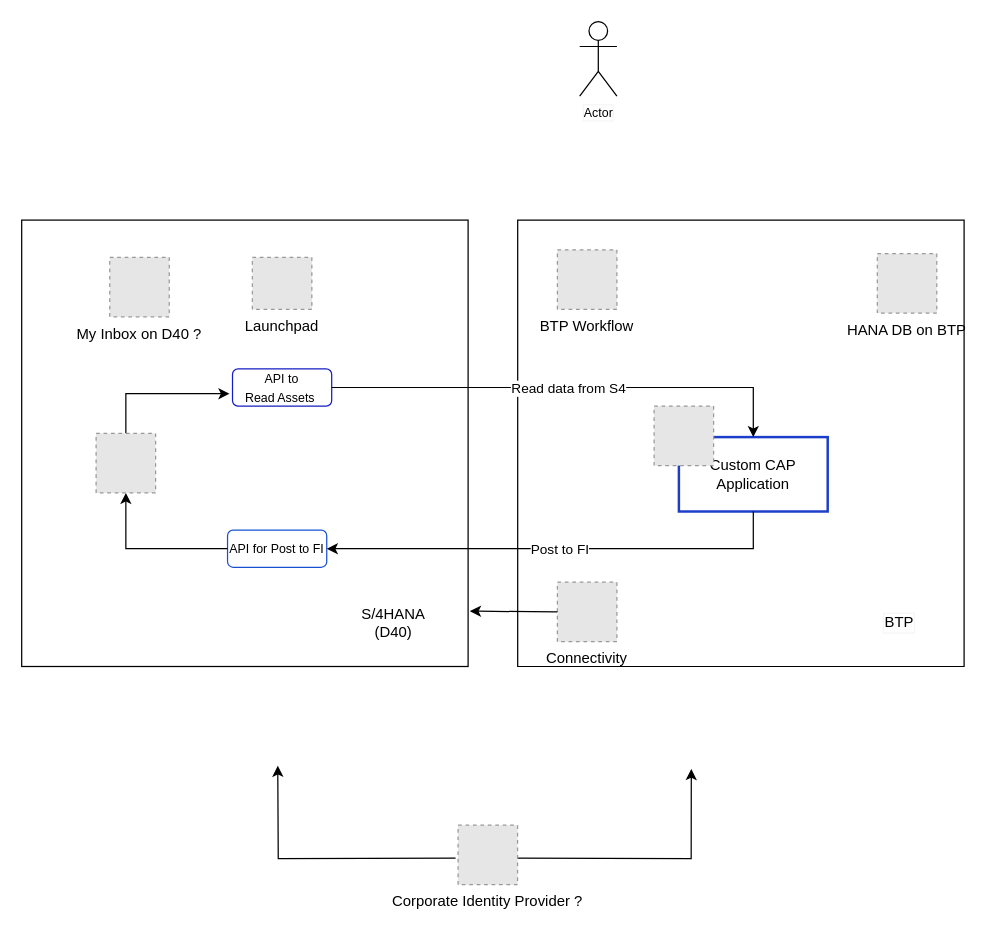
Before: BTP Architecture.drawio in sundeepsethi/sundeep, a draw.io diagram. Source tidied: cells renumbered, new cells numbered last; positions are measured from the earlier drawing's top-left corner, leaving out a move shared by most shapes. Both pictures are drawn from the tidied source at 124%, with x=0, y=0 at pixel (21, 21). Pictures stored in the file or linked from it are replaced by grey dashed boxes.
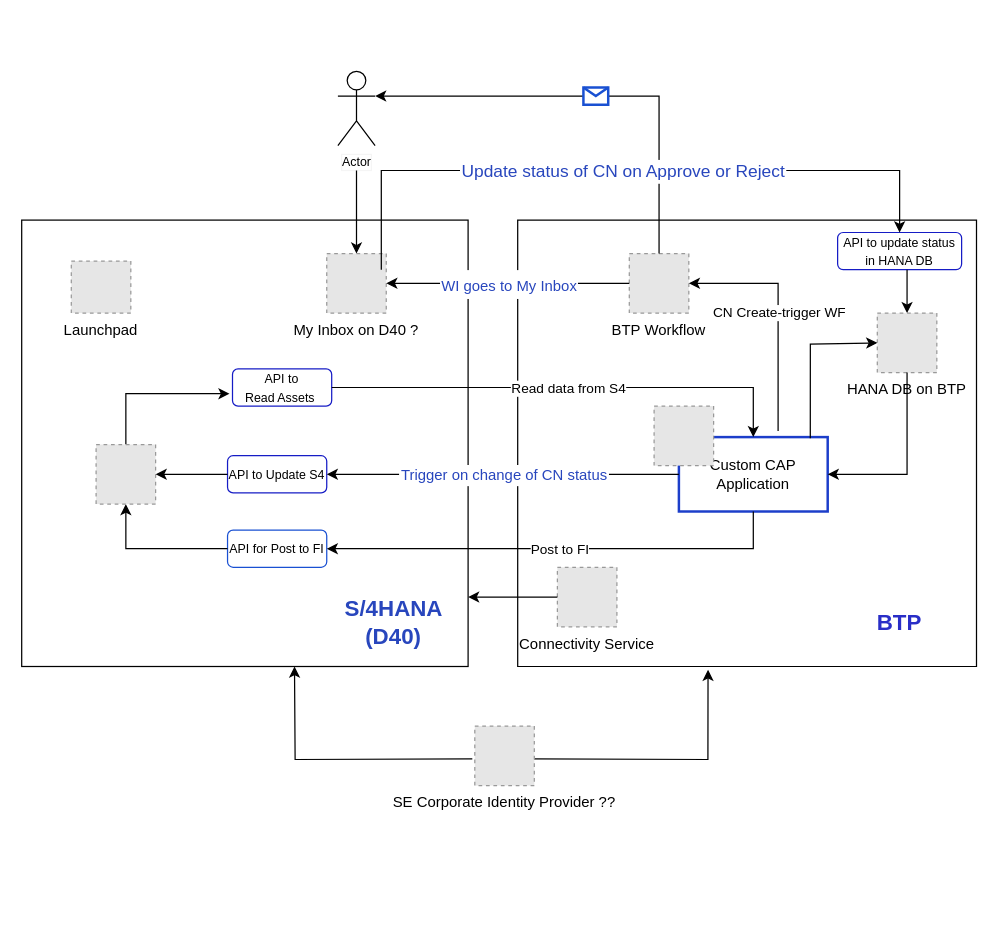
The same diagram, later.

The change refers to these unchanged cells:
```xml
<mxCell id="2" style="rounded=0;whiteSpace=wrap;html=1;" parent="1" vertex="1">
  <mxGeometry y="160" width="360" height="360" as="geometry" />
</mxCell>
<mxCell id="12" value="Custom CAP Application" style="rounded=0;whiteSpace=wrap;html=1;strokeWidth=2;strokeColor=#1c3eca;" parent="1" vertex="1">
  <mxGeometry x="530" y="335" width="120" height="60" as="geometry" />
</mxCell>
```

Diff of the diagram source:
```diff
@@
     <mxCell id="3" style="verticalLabelPosition=bottom;verticalAlign=top;html=1;shape=mxgraph.basic.rect;fillColor2=none;strokeWidth=1;size=20;indent=5;" parent="1" vertex="1">
-      <mxGeometry x="400" y="160" width="360" height="360" as="geometry" />
+      <mxGeometry x="400" y="160" width="370" height="360" as="geometry" />
     </mxCell>
-    <mxCell id="4" value="BTP" style="text;html=1;strokeColor=none;fillColor=none;align=center;verticalAlign=middle;whiteSpace=wrap;rounded=0;labelBorderColor=#f5f5f5;labelBackgroundColor=default;fontColor=default;" parent="1" vertex="1">
+    <mxCell id="4" value="&lt;b&gt;&lt;font style=&quot;font-size: 18px;&quot;&gt;BTP&lt;/font&gt;&lt;/b&gt;" style="text;html=1;strokeColor=none;fillColor=none;align=center;verticalAlign=middle;whiteSpace=wrap;rounded=0;labelBorderColor=#FFFFFF;labelBackgroundColor=default;fontColor=#292ec7;" parent="1" vertex="1">
       <mxGeometry x="668" y="470" width="80" height="30" as="geometry" />
     </mxCell>
@@
-    <mxCell id="9" value="S/4HANA (D40)" style="text;html=1;strokeColor=none;fillColor=none;align=center;verticalAlign=middle;whiteSpace=wrap;rounded=0;" parent="1" vertex="1">
+    <mxCell id="9" value="&lt;font style=&quot;font-size: 18px;&quot; color=&quot;#2846bd&quot;&gt;&lt;b&gt;S/4HANA (D40)&lt;/b&gt;&lt;/font&gt;" style="text;html=1;strokeColor=none;fillColor=none;align=center;verticalAlign=middle;whiteSpace=wrap;rounded=0;" parent="1" vertex="1">
       <mxGeometry x="270" y="470" width="60" height="30" as="geometry" />
     </mxCell>
     <mxCell id="10" value="Actor" style="shape=umlActor;verticalLabelPosition=bottom;verticalAlign=top;html=1;outlineConnect=0;labelBackgroundColor=default;labelBorderColor=#F5F5F5;fontSize=10;fontColor=default;" parent="1" vertex="1">
-      <mxGeometry x="450" width="30" height="60" as="geometry" />
+      <mxGeometry x="255" y="40" width="30" height="60" as="geometry" />
     </mxCell>
     <mxCell id="11" value="Launchpad" style="fillColor=#E6E6E6;strokeColor=#999999;dashed=1;verticalLabelPosition=bottom;verticalAlign=top;" parent="1" vertex="1">
-      <mxGeometry x="186" y="190" width="48" height="42" as="geometry" />
+      <mxGeometry x="40" y="193" width="48" height="42" as="geometry" />
     </mxCell>
@@
     <mxCell id="14" value="BTP Workflow" style="fillColor=#E6E6E6;strokeColor=#999999;dashed=1;verticalLabelPosition=bottom;verticalAlign=top;" parent="1" vertex="1">
-      <mxGeometry x="432" y="184" width="48" height="48" as="geometry" />
+      <mxGeometry x="490" y="187" width="48" height="48" as="geometry" />
     </mxCell>
-    <mxCell id="15" value="Connectivity" style="fillColor=#E6E6E6;strokeColor=#999999;dashed=1;verticalLabelPosition=bottom;verticalAlign=top;" parent="1" vertex="1">
-      <mxGeometry x="432" y="452" width="48" height="48" as="geometry" />
+    <mxCell id="15" value="Connectivity Service" style="fillColor=#E6E6E6;strokeColor=#999999;dashed=1;verticalLabelPosition=bottom;verticalAlign=top;" parent="1" vertex="1">
+      <mxGeometry x="432" y="440" width="48" height="48" as="geometry" />
     </mxCell>
     <mxCell id="16" style="endArrow=classic;html=1;rounded=0;exitX=0;exitY=0.5;exitDx=0;exitDy=0;entryX=0.535;entryY=1.007;entryDx=0;entryDy=0;entryPerimeter=0;" parent="1" edge="1">
       <mxGeometry relative="1" as="geometry">
-        <mxPoint x="349.9" y="674.5" as="sourcePoint" />
-        <mxPoint x="206.5" y="600" as="targetPoint" />
+        <mxPoint x="363.4" y="594.5" as="sourcePoint" />
+        <mxPoint x="220" y="520" as="targetPoint" />
         <Array as="points">
-          <mxPoint x="206.9" y="675" />
+          <mxPoint x="220.5" y="595" />
         </Array>
       </mxGeometry>
     </mxCell>
     <mxCell id="17" style="endArrow=classic;html=1;rounded=0;exitX=1;exitY=0.5;exitDx=0;exitDy=0;entryX=0.483;entryY=1.016;entryDx=0;entryDy=0;entryPerimeter=0;" parent="1" edge="1">
       <mxGeometry relative="1" as="geometry">
-        <mxPoint x="397.9" y="674.5" as="sourcePoint" />
-        <mxPoint x="540" y="602.6" as="targetPoint" />
+        <mxPoint x="411.4" y="594.5" as="sourcePoint" />
+        <mxPoint x="553.5" y="522.6" as="targetPoint" />
         <Array as="points">
-          <mxPoint x="539.9" y="675" />
+          <mxPoint x="553.4" y="595" />
         </Array>
       </mxGeometry>
     </mxCell>
-    <mxCell id="18" value="Corporate Identity Provider ?" style="fillColor=#E6E6E6;strokeColor=#999999;dashed=1;verticalLabelPosition=bottom;verticalAlign=top;" parent="1" vertex="1">
-      <mxGeometry x="351.9" y="648" width="48" height="48" as="geometry" />
+    <mxCell id="18" value="SE Corporate Identity Provider ??" style="fillColor=#E6E6E6;strokeColor=#999999;dashed=1;verticalLabelPosition=bottom;verticalAlign=top;" parent="1" vertex="1">
+      <mxGeometry x="365.4" y="568" width="48" height="48" as="geometry" />
     </mxCell>
     <mxCell id="19" style="fillColor=#E6E6E6;strokeColor=#999999;dashed=1;verticalLabelPosition=bottom;verticalAlign=top;" parent="1" vertex="1">
-      <mxGeometry x="60" y="332" width="48" height="48" as="geometry" />
+      <mxGeometry x="60" y="341" width="48" height="48" as="geometry" />
     </mxCell>
     <mxCell id="20" value="HANA DB on BTP" style="fillColor=#E6E6E6;strokeColor=#999999;dashed=1;verticalLabelPosition=bottom;verticalAlign=top;" parent="1" vertex="1">
-      <mxGeometry x="690" y="187" width="48" height="48" as="geometry" />
+      <mxGeometry x="690" y="235" width="48" height="48" as="geometry" />
     </mxCell>
     <mxCell id="21" value="My Inbox on D40 ?" style="fillColor=#E6E6E6;strokeColor=#999999;dashed=1;verticalLabelPosition=bottom;verticalAlign=top;" parent="1" vertex="1">
-      <mxGeometry x="71" y="190" width="48" height="48" as="geometry" />
+      <mxGeometry x="246" y="187" width="48" height="48" as="geometry" />
     </mxCell>
-    <mxCell id="22" style="endArrow=classic;html=1;rounded=0;exitX=0;exitY=0.5;exitDx=0;exitDy=0;entryX=1.004;entryY=0.876;entryDx=0;entryDy=0;entryPerimeter=0;" parent="1" edge="1" source="15" target="2">
-      <mxGeometry relative="1" as="geometry" />
+    <mxCell id="22" style="endArrow=classic;html=1;rounded=0;exitX=0;exitY=0.5;exitDx=0;exitDy=0;" parent="1" edge="1" source="15">
+      <mxGeometry relative="1" as="geometry">
+        <mxPoint x="360" y="464" as="targetPoint" />
+      </mxGeometry>
     </mxCell>
@@
+    <mxCell id="27" style="endArrow=classic;html=1;rounded=0;entryX=0;entryY=0.5;entryDx=0;entryDy=0;exitX=0.883;exitY=0.017;exitDx=0;exitDy=0;exitPerimeter=0;" parent="1" edge="1" source="12" target="20">
+      <mxGeometry relative="1" as="geometry">
+        <Array as="points">
+          <mxPoint x="636" y="260" />
+        </Array>
+      </mxGeometry>
+    </mxCell>
+    <mxCell id="28" style="endArrow=classic;html=1;rounded=0;entryX=1;entryY=0.5;entryDx=0;entryDy=0;exitX=0.5;exitY=1;exitDx=0;exitDy=0;" parent="1" edge="1" source="20" target="12">
+      <mxGeometry relative="1" as="geometry">
+        <Array as="points">
+          <mxPoint x="714" y="365" />
+        </Array>
+      </mxGeometry>
+    </mxCell>
+    <mxCell id="29" style="endArrow=classic;html=1;rounded=0;entryX=1;entryY=0.5;entryDx=0;entryDy=0;" parent="1" edge="1" target="14">
+      <mxGeometry relative="1" as="geometry">
+        <mxPoint x="610" y="330" as="sourcePoint" />
+        <Array as="points">
+          <mxPoint x="610" y="211" />
+        </Array>
+      </mxGeometry>
+    </mxCell>
+    <mxCell id="30" value="CN Create-trigger WF" style="edgeLabel;html=1;align=center;verticalAlign=middle;strokeColor=#1950d2;strokeWidth=2;" parent="29" vertex="1">
+      <mxGeometry relative="1" as="geometry" />
+    </mxCell>
+    <mxCell id="31" style="endArrow=classic;html=1;rounded=0;fontSize=18;fontColor=#2846bd;exitX=0.5;exitY=0;exitDx=0;exitDy=0;entryX=1;entryY=0.3333333333333333;entryDx=0;entryDy=0;entryPerimeter=0;" parent="1" edge="1" source="14" target="10">
+      <mxGeometry relative="1" as="geometry">
+        <Array as="points">
+          <mxPoint x="514" y="60" />
+        </Array>
+      </mxGeometry>
+    </mxCell>
+    <mxCell id="32" style="shape=message;html=1;labelBorderColor=#FFFFFF;strokeColor=#1950d2;strokeWidth=2;fontSize=18;fontColor=#2846bd;" parent="31" vertex="1">
+      <mxGeometry width="20" height="14" relative="1" as="geometry">
+        <mxPoint x="-10" y="-7" as="offset" />
+      </mxGeometry>
+    </mxCell>
+    <mxCell id="33" style="endArrow=classic;html=1;rounded=0;fontSize=18;fontColor=#2846bd;exitX=0;exitY=0.5;exitDx=0;exitDy=0;entryX=1;entryY=0.5;entryDx=0;entryDy=0;" parent="1" edge="1" source="14" target="21">
+      <mxGeometry relative="1" as="geometry" />
+    </mxCell>
+    <mxCell id="34" value="&lt;font style=&quot;font-size: 12px;&quot;&gt;WI goes to My Inbox&lt;/font&gt;" style="edgeLabel;html=1;align=center;verticalAlign=middle;labelBorderColor=#FFFFFF;strokeColor=#1950d2;strokeWidth=2;fontSize=18;fontColor=#2846bd;" parent="33" vertex="1">
+      <mxGeometry relative="1" as="geometry" />
+    </mxCell>
+    <mxCell id="35" style="endArrow=classic;html=1;rounded=0;fontSize=12;fontColor=#2846bd;" parent="1" edge="1" target="21">
+      <mxGeometry relative="1" as="geometry">
+        <mxPoint x="270" y="120" as="sourcePoint" />
+      </mxGeometry>
+    </mxCell>
+    <mxCell id="36" value="&lt;span style=&quot;font-size: 10px;&quot;&gt;API to Update S4&lt;/span&gt;" style="rounded=1;whiteSpace=wrap;html=1;strokeColor=#161cc5;" parent="1" vertex="1">
+      <mxGeometry x="166" y="350" width="80" height="30" as="geometry" />
+    </mxCell>
+    <mxCell id="37" style="endArrow=classic;html=1;rounded=0;fontSize=12;fontColor=#2846bd;exitX=0;exitY=0.5;exitDx=0;exitDy=0;entryX=1;entryY=0.5;entryDx=0;entryDy=0;" parent="1" edge="1" source="12" target="36">
+      <mxGeometry relative="1" as="geometry" />
+    </mxCell>
+    <mxCell id="38" value="Trigger on change of CN status" style="edgeLabel;html=1;align=center;verticalAlign=middle;labelBorderColor=#FFFFFF;strokeColor=#1950d2;strokeWidth=2;fontSize=12;fontColor=#2846bd;" parent="37" vertex="1">
+      <mxGeometry relative="1" as="geometry" />
+    </mxCell>
+    <mxCell id="39" style="endArrow=classic;html=1;rounded=0;fontSize=12;fontColor=#2846bd;exitX=0;exitY=0.5;exitDx=0;exitDy=0;entryX=1;entryY=0.5;entryDx=0;entryDy=0;" parent="1" edge="1" source="36" target="19">
+      <mxGeometry relative="1" as="geometry">
+        <Array as="points">
+          <mxPoint x="160" y="365" />
+        </Array>
+      </mxGeometry>
+    </mxCell>
+    <mxCell id="40" value="&lt;span style=&quot;font-size: 10px;&quot;&gt;API to update status in HANA DB&lt;/span&gt;" style="rounded=1;whiteSpace=wrap;html=1;strokeColor=#161cc5;" parent="1" vertex="1">
+      <mxGeometry x="658" y="170" width="100" height="30" as="geometry" />
+    </mxCell>
+    <mxCell id="41" style="endArrow=classic;html=1;rounded=0;fontSize=11;fontColor=#2846bd;" parent="1" edge="1" target="20">
+      <mxGeometry relative="1" as="geometry">
+        <mxPoint x="714" y="200" as="sourcePoint" />
+      </mxGeometry>
+    </mxCell>
+    <mxCell id="42" style="endArrow=classic;html=1;rounded=0;fontSize=11;fontColor=#2846bd;entryX=0.5;entryY=0;entryDx=0;entryDy=0;" parent="1" edge="1" target="40">
+      <mxGeometry relative="1" as="geometry">
+        <mxPoint x="290" y="200" as="sourcePoint" />
+        <Array as="points">
+          <mxPoint x="290" y="120" />
+          <mxPoint x="708" y="120" />
+        </Array>
+      </mxGeometry>
+    </mxCell>
+    <mxCell id="43" value="&lt;font style=&quot;font-size: 14px;&quot;&gt;Update status of CN on Approve or Reject&lt;/font&gt;" style="edgeLabel;html=1;align=center;verticalAlign=middle;labelBorderColor=#FFFFFF;strokeColor=#1950d2;strokeWidth=2;fontSize=11;fontColor=#2846bd;" parent="42" vertex="1">
+      <mxGeometry relative="1" as="geometry" />
+    </mxCell>
```
